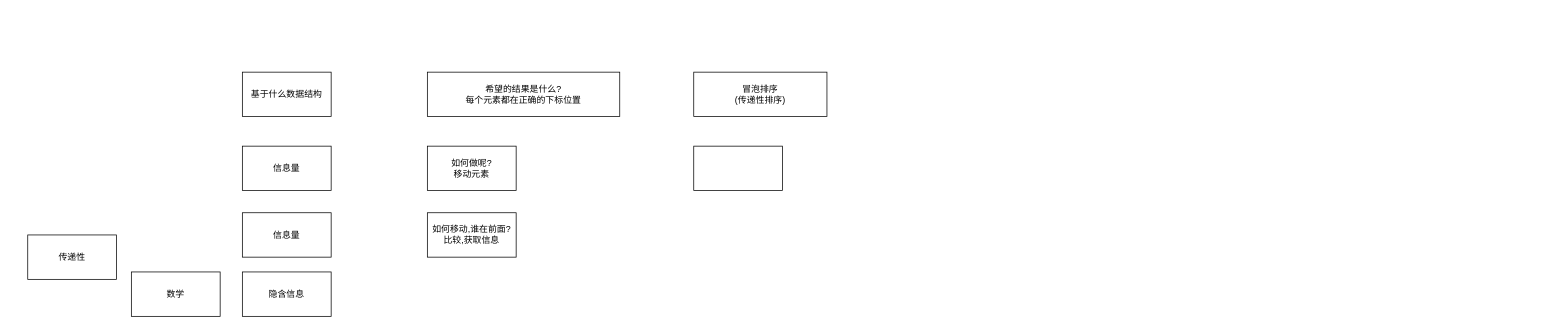
Above: 算法.drawio in idbanfan/drawio (draw.io), before the change. Source tidied: cells renumbered, new cells numbered last; positions are measured from the earlier drawing's top-left corner, leaving out a move shared by most shapes. Both pictures are drawn from the tidied source at 74%, with x=0, y=0 at pixel (27, 72).
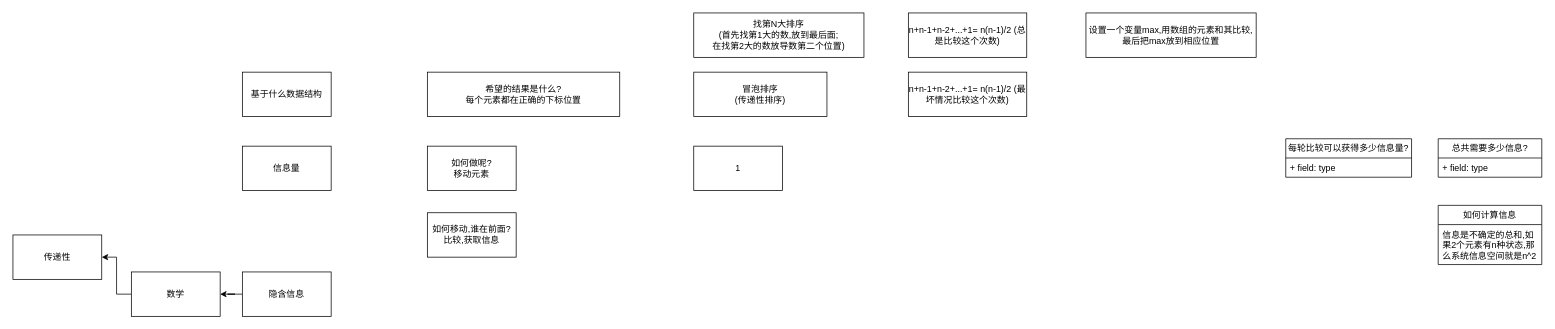
After the change.

Unchanged cells that the change refers to:
```xml
<mxCell id="8" value="隐含信息" style="rounded=0;whiteSpace=wrap;html=1;" parent="1" vertex="1">
  <mxGeometry x="290" y="270" width="120" height="60" as="geometry" />
</mxCell>
<mxCell id="9" value="数学" style="rounded=0;whiteSpace=wrap;html=1;" parent="1" vertex="1">
  <mxGeometry x="140" y="270" width="120" height="60" as="geometry" />
</mxCell>
```

The edit, as a diff of the source:
```diff
@@
-    <mxCell id="4" value="信息量" style="rounded=0;whiteSpace=wrap;html=1;" parent="1" vertex="1">
-      <mxGeometry x="290" y="190" width="120" height="60" as="geometry" />
-    </mxCell>
@@
+    <mxCell id="13" style="edgeStyle=orthogonalEdgeStyle;rounded=0;jettySize=auto;html=1;" parent="1" edge="1" source="8" target="9">
+      <mxGeometry relative="1" as="geometry" />
+    </mxCell>
@@
+    <mxCell id="14" style="edgeStyle=orthogonalEdgeStyle;rounded=0;jettySize=auto;html=1;entryX=1;entryY=0.5;entryDx=0;entryDy=0;" parent="1" edge="1" source="9" target="10">
+      <mxGeometry relative="1" as="geometry" />
+    </mxCell>
@@
     <mxCell id="10" value="传递性" style="rounded=0;whiteSpace=wrap;html=1;" parent="1" vertex="1">
-      <mxGeometry y="220" width="120" height="60" as="geometry" />
+      <mxGeometry x="-20" y="220" width="120" height="60" as="geometry" />
     </mxCell>
-    <mxCell id="11" style="rounded=0;whiteSpace=wrap;html=1;" parent="1" vertex="1">
+    <mxCell id="11" value="1" style="rounded=0;whiteSpace=wrap;html=1;" parent="1" vertex="1">
       <mxGeometry x="900" y="100" width="120" height="60" as="geometry" />
     </mxCell>
@@
+    <mxCell id="15" value="找第N大排序&lt;br&gt;(首先找第1大的数,放到最后面;&lt;br&gt;在找第2大的数放导数第二个位置)" style="rounded=0;whiteSpace=wrap;html=1;" parent="1" vertex="1">
+      <mxGeometry x="900" y="-80" width="230" height="60" as="geometry" />
+    </mxCell>
+    <mxCell id="16" value="n+n-1+n-2+...+1= n(n-1)/2 (总是比较这个次数)" style="rounded=0;whiteSpace=wrap;html=1;" parent="1" vertex="1">
+      <mxGeometry x="1190" y="-80" width="160" height="60" as="geometry" />
+    </mxCell>
+    <mxCell id="17" value="设置一个变量max,用数组的元素和其比较,最后把max放到相应位置" style="rounded=0;whiteSpace=wrap;html=1;" parent="1" vertex="1">
+      <mxGeometry x="1430" y="-80" width="230" height="60" as="geometry" />
+    </mxCell>
+    <mxCell id="18" value="n+n-1+n-2+...+1= n(n-1)/2 (最坏情况比较这个次数)" style="rounded=0;whiteSpace=wrap;html=1;" parent="1" vertex="1">
+      <mxGeometry x="1190" width="160" height="60" as="geometry" />
+    </mxCell>
+    <mxCell id="19" value="每轮比较可以获得多少信息量?" style="swimlane;fontStyle=0;horizontal=1;startSize=26;fillColor=none;whiteSpace=wrap;html=1;" parent="1" vertex="1">
+      <mxGeometry x="1700" y="90" width="170" height="52" as="geometry" />
+    </mxCell>
+    <mxCell id="20" value="+ field: type" style="text;strokeColor=none;fillColor=none;align=left;verticalAlign=top;spacingLeft=4;spacingRight=4;overflow=hidden;whiteSpace=wrap;html=1;" parent="19" vertex="1">
+      <mxGeometry y="26" width="170" height="26" as="geometry" />
+    </mxCell>
+    <mxCell id="21" value="总共需要多少信息?" style="swimlane;fontStyle=0;horizontal=1;startSize=26;fillColor=none;whiteSpace=wrap;html=1;" parent="1" vertex="1">
+      <mxGeometry x="1906" y="90" width="140" height="52" as="geometry" />
+    </mxCell>
+    <mxCell id="22" value="+ field: type" style="text;strokeColor=none;fillColor=none;align=left;verticalAlign=top;spacingLeft=4;spacingRight=4;overflow=hidden;whiteSpace=wrap;html=1;" parent="21" vertex="1">
+      <mxGeometry y="26" width="140" height="26" as="geometry" />
+    </mxCell>
+    <mxCell id="23" value="如何计算信息" style="swimlane;fontStyle=0;horizontal=1;startSize=26;fillColor=none;whiteSpace=wrap;html=1;" parent="1" vertex="1">
+      <mxGeometry x="1906" y="180" width="140" height="80" as="geometry" />
+    </mxCell>
+    <mxCell id="24" value="信息是不确定的总和,如果2个元素有n种状态,那么系统信息空间就是n^2" style="text;strokeColor=none;fillColor=none;align=left;verticalAlign=top;spacingLeft=4;spacingRight=4;overflow=hidden;whiteSpace=wrap;html=1;" parent="23" vertex="1">
+      <mxGeometry y="26" width="140" height="54" as="geometry" />
+    </mxCell>
```
